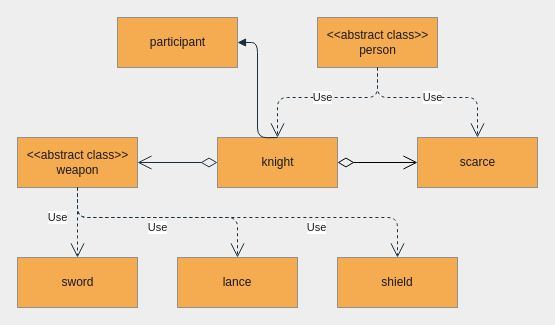
This is UML-tournament.drawio from SimonFurtm/tournament, a draw.io file, before an edit. Source tidied: cells renumbered, new cells numbered last; positions are measured from the earlier drawing's top-left corner, leaving out a move shared by most shapes. Both pictures are drawn from the tidied source at 100%, with x=0, y=0 at pixel (17, 17).
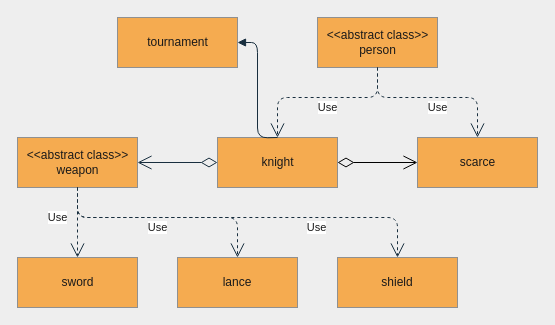
The same page after the edit.

Unchanged cells that the change refers to:
```xml
<mxCell id="2" value="&amp;lt;&amp;lt;abstract class&amp;gt;&amp;gt;&lt;br&gt;person" style="html=1;fillColor=#F5AB50;strokeColor=#909090;fontColor=#1A1A1A;" parent="1" vertex="1">
  <mxGeometry x="300" width="120" height="50" as="geometry" />
</mxCell>
<mxCell id="3" value="knight" style="html=1;fillColor=#F5AB50;strokeColor=#909090;fontColor=#1A1A1A;" parent="1" vertex="1">
  <mxGeometry x="200" y="120" width="120" height="50" as="geometry" />
</mxCell>
<mxCell id="4" value="scarce" style="html=1;fillColor=#F5AB50;strokeColor=#909090;fontColor=#1A1A1A;" parent="1" vertex="1">
  <mxGeometry x="400" y="120" width="120" height="50" as="geometry" />
</mxCell>
```

Diff of the diagram source:
```diff
@@
-    <mxCell id="6" value="participant" style="html=1;fillColor=#F5AB50;strokeColor=#909090;fontColor=#1A1A1A;" parent="1" vertex="1">
+    <mxCell id="6" value="tournament" style="html=1;fillColor=#F5AB50;strokeColor=#909090;fontColor=#1A1A1A;" parent="1" vertex="1">
       <mxGeometry x="100" width="120" height="50" as="geometry" />
     </mxCell>
     <mxCell id="7" value="Use" style="endArrow=open;endSize=12;dashed=1;html=1;rounded=1;sketch=0;fontColor=#1A1A1A;strokeColor=#182E3E;curved=0;entryX=0.5;entryY=0;entryDx=0;entryDy=0;exitX=0.5;exitY=1;exitDx=0;exitDy=0;" parent="1" edge="1" source="2" target="3">
-      <mxGeometry relative="1" as="geometry">
+      <mxGeometry x="-0.06" y="10" relative="1" as="geometry">
         <Array as="points">
           <mxPoint x="360" y="80" />
           <mxPoint x="260" y="80" />
         </Array>
       </mxGeometry>
     </mxCell>
     <mxCell id="8" value="Use" style="endArrow=open;endSize=12;dashed=1;html=1;rounded=1;sketch=0;fontColor=#1A1A1A;strokeColor=#182E3E;curved=0;exitX=0.5;exitY=1;exitDx=0;exitDy=0;entryX=0.5;entryY=0;entryDx=0;entryDy=0;" parent="1" edge="1" source="2" target="4">
-      <mxGeometry relative="1" as="geometry">
+      <mxGeometry x="0.06" y="-10" relative="1" as="geometry">
         <Array as="points">
           <mxPoint x="360" y="80" />
           <mxPoint x="460" y="80" />
         </Array>
       </mxGeometry>
     </mxCell>
```
